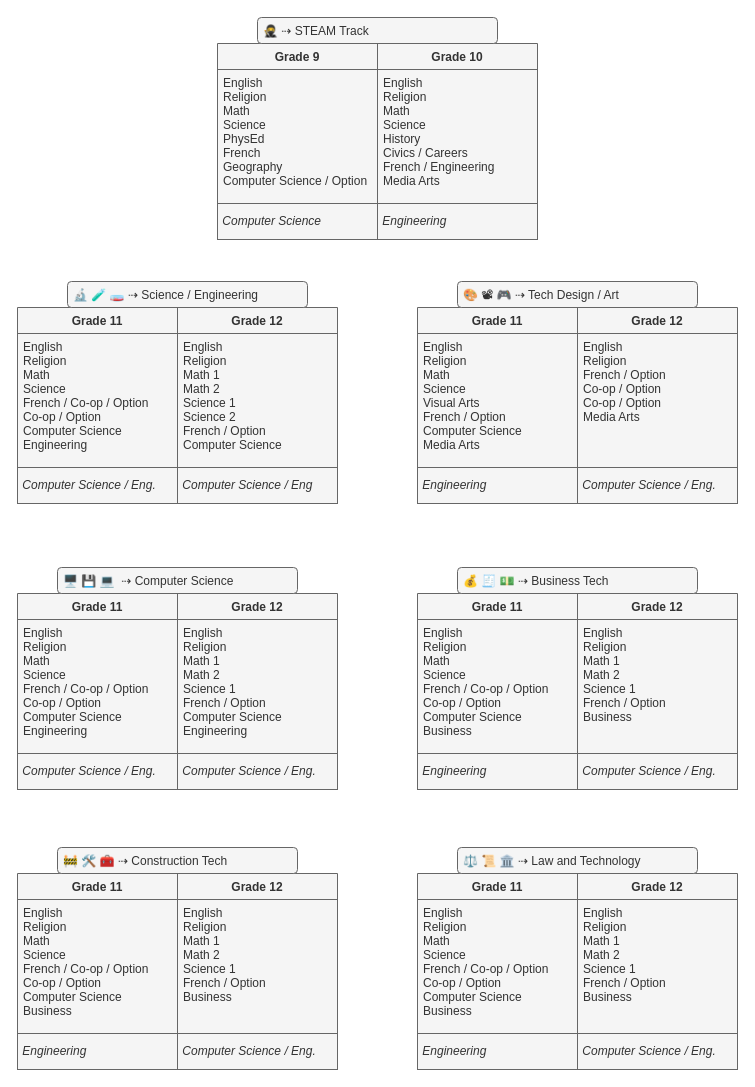
The draw.io diagram STEAM.drawio in Mr-Coxall/STEAM, before the edit. Source tidied: cells renumbered, new cells numbered last; positions are measured from the earlier drawing's top-left corner, leaving out a move shared by most shapes. Both pictures are drawn from the tidied source at 100%, with x=0, y=0 at pixel (17, 17).
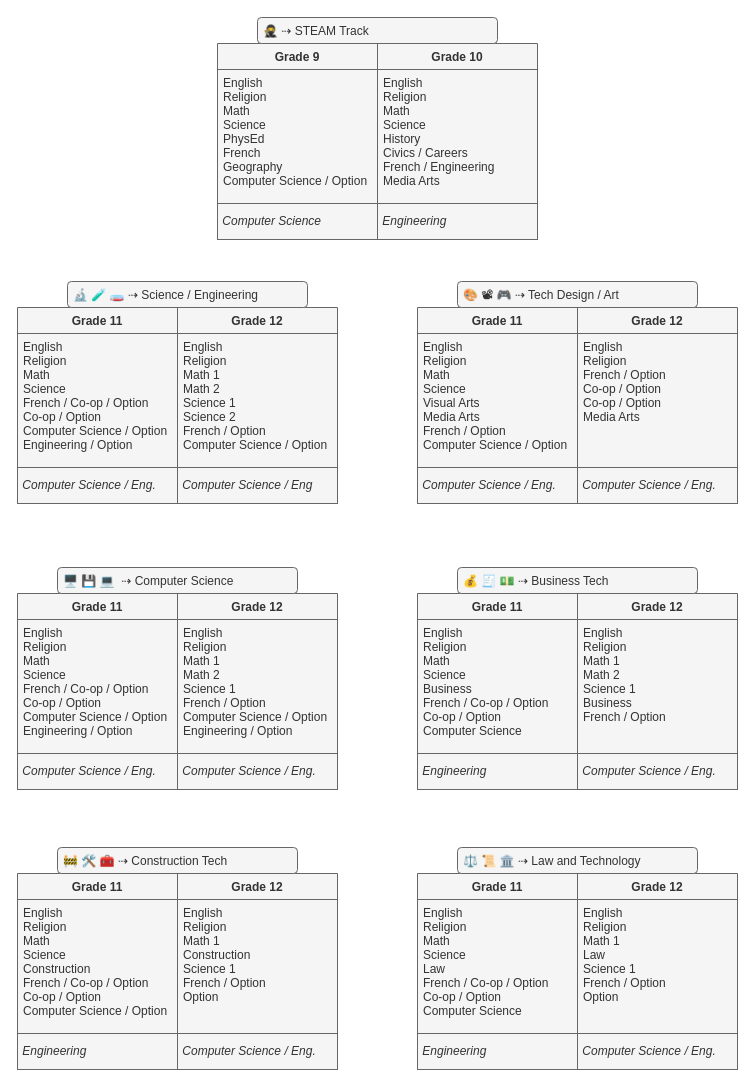
The same page after the edit.

Commit message (it also covers changes not shown here):
added construction and law

Unchanged cells that the change refers to:
```xml
<mxCell id="4" value="Grade 11" style="swimlane;fontStyle=1;align=center;verticalAlign=top;horizontal=1;startSize=26;fillColor=#f5f5f5;fontColor=#333333;strokeColor=#666666;" parent="1" vertex="1">
  <mxGeometry y="290" width="160" height="160" as="geometry" />
</mxCell>
<mxCell id="6" value="Grade 12" style="swimlane;fontStyle=1;align=center;verticalAlign=top;horizontal=1;startSize=26;fillColor=#f5f5f5;fontColor=#333333;strokeColor=#666666;" parent="1" vertex="1">
  <mxGeometry x="160" y="290" width="160" height="160" as="geometry" />
</mxCell>
<mxCell id="12" value="Grade 11" style="swimlane;fontStyle=1;align=center;verticalAlign=top;horizontal=1;startSize=26;fillColor=#f5f5f5;fontColor=#333333;strokeColor=#666666;" parent="1" vertex="1">
  <mxGeometry x="400" y="290" width="160" height="160" as="geometry" />
</mxCell>
<mxCell id="18" value="Grade 11" style="swimlane;fontStyle=1;align=center;verticalAlign=top;horizontal=1;startSize=26;fillColor=#f5f5f5;fontColor=#333333;strokeColor=#666666;" parent="1" vertex="1">
  <mxGeometry y="576" width="160" height="160" as="geometry" />
</mxCell>
<mxCell id="20" value="Grade 12" style="swimlane;fontStyle=1;align=center;verticalAlign=top;horizontal=1;startSize=26;fillColor=#f5f5f5;fontColor=#333333;strokeColor=#666666;" parent="1" vertex="1">
  <mxGeometry x="160" y="576" width="160" height="160" as="geometry" />
</mxCell>
<mxCell id="24" value="Grade 11" style="swimlane;fontStyle=1;align=center;verticalAlign=top;horizontal=1;startSize=26;fillColor=#f5f5f5;fontColor=#333333;strokeColor=#666666;" parent="1" vertex="1">
  <mxGeometry x="400" y="576" width="160" height="160" as="geometry" />
</mxCell>
<mxCell id="26" value="Grade 12" style="swimlane;fontStyle=1;align=center;verticalAlign=top;horizontal=1;startSize=26;fillColor=#f5f5f5;fontColor=#333333;strokeColor=#666666;" parent="1" vertex="1">
  <mxGeometry x="560" y="576" width="160" height="160" as="geometry" />
</mxCell>
<mxCell id="38" value="Grade 11" style="swimlane;fontStyle=1;align=center;verticalAlign=top;horizontal=1;startSize=26;fillColor=#f5f5f5;fontColor=#333333;strokeColor=#666666;" parent="1" vertex="1">
  <mxGeometry x="400" y="856" width="160" height="160" as="geometry" />
</mxCell>
<mxCell id="40" value="Grade 12" style="swimlane;fontStyle=1;align=center;verticalAlign=top;horizontal=1;startSize=26;fillColor=#f5f5f5;fontColor=#333333;strokeColor=#666666;" parent="1" vertex="1">
  <mxGeometry x="560" y="856" width="160" height="160" as="geometry" />
</mxCell>
<mxCell id="45" value="Grade 11" style="swimlane;fontStyle=1;align=center;verticalAlign=top;horizontal=1;startSize=26;fillColor=#f5f5f5;fontColor=#333333;strokeColor=#666666;" parent="1" vertex="1">
  <mxGeometry y="856" width="160" height="160" as="geometry" />
</mxCell>
<mxCell id="47" value="Grade 12" style="swimlane;fontStyle=1;align=center;verticalAlign=top;horizontal=1;startSize=26;fillColor=#f5f5f5;fontColor=#333333;strokeColor=#666666;" parent="1" vertex="1">
  <mxGeometry x="160" y="856" width="160" height="160" as="geometry" />
</mxCell>
```

The edit, as a diff of the source:
```diff
@@
-    <mxCell id="5" value="English&#10;Religion&#10;Math&#10;Science&#10;French / Co-op / Option&#10;Co-op / Option&#10;Computer Science&#10;Engineering" style="text;fillColor=#f5f5f5;align=left;verticalAlign=top;spacingLeft=4;spacingRight=4;overflow=hidden;points=[[0,0.5],[1,0.5]];portConstraint=eastwest;fontColor=#333333;strokeColor=#666666;" parent="4" vertex="1">
+    <mxCell id="5" value="English&#10;Religion&#10;Math&#10;Science&#10;French / Co-op / Option&#10;Co-op / Option&#10;Computer Science / Option&#10;Engineering / Option" style="text;fillColor=#f5f5f5;align=left;verticalAlign=top;spacingLeft=4;spacingRight=4;overflow=hidden;points=[[0,0.5],[1,0.5]];portConstraint=eastwest;fontColor=#333333;strokeColor=#666666;" parent="4" vertex="1">
       <mxGeometry y="26" width="160" height="134" as="geometry" />
     </mxCell>
@@
-    <mxCell id="7" value="English&#10;Religion&#10;Math 1&#10;Math 2&#10;Science 1&#10;Science 2&#10;French / Option&#10;Computer Science" style="text;fillColor=#f5f5f5;align=left;verticalAlign=top;spacingLeft=4;spacingRight=4;overflow=hidden;fontColor=#333333;strokeColor=#666666;" parent="6" vertex="1">
+    <mxCell id="7" value="English&#10;Religion&#10;Math 1&#10;Math 2&#10;Science 1&#10;Science 2&#10;French / Option&#10;Computer Science / Option" style="text;fillColor=#f5f5f5;align=left;verticalAlign=top;spacingLeft=4;spacingRight=4;overflow=hidden;fontColor=#333333;strokeColor=#666666;" parent="6" vertex="1">
       <mxGeometry y="26" width="160" height="134" as="geometry" />
     </mxCell>
@@
-    <mxCell id="13" value="English&#10;Religion&#10;Math&#10;Science&#10;Visual Arts&#10;French / Option&#10;Computer Science&#10;Media Arts" style="text;fillColor=#f5f5f5;align=left;verticalAlign=top;spacingLeft=4;spacingRight=4;overflow=hidden;fontColor=#333333;strokeColor=#666666;" parent="12" vertex="1">
+    <mxCell id="13" value="English&#10;Religion&#10;Math&#10;Science&#10;Visual Arts&#10;Media Arts&#10;French / Option&#10;Computer Science / Option" style="text;fillColor=#f5f5f5;align=left;verticalAlign=top;spacingLeft=4;spacingRight=4;overflow=hidden;fontColor=#333333;strokeColor=#666666;" parent="12" vertex="1">
       <mxGeometry y="26" width="160" height="134" as="geometry" />
     </mxCell>
@@
-    <mxCell id="16" value="&lt;i&gt;&amp;nbsp;Engineering&lt;/i&gt;" style="html=1;align=left;fillColor=#f5f5f5;fontColor=#333333;strokeColor=#666666;" parent="1" vertex="1">
+    <mxCell id="16" value="&lt;i&gt;&amp;nbsp;Computer Science / Eng.&lt;/i&gt;" style="html=1;align=left;fillColor=#f5f5f5;fontColor=#333333;strokeColor=#666666;" parent="1" vertex="1">
       <mxGeometry x="400" y="450" width="160" height="36" as="geometry" />
     </mxCell>
@@
-    <mxCell id="19" value="English&#10;Religion&#10;Math&#10;Science&#10;French / Co-op / Option&#10;Co-op / Option&#10;Computer Science&#10;Engineering" style="text;strokeColor=#666666;fillColor=#f5f5f5;align=left;verticalAlign=top;spacingLeft=4;spacingRight=4;overflow=hidden;fontColor=#333333;" parent="18" vertex="1">
+    <mxCell id="19" value="English&#10;Religion&#10;Math&#10;Science&#10;French / Co-op / Option&#10;Co-op / Option&#10;Computer Science / Option&#10;Engineering / Option" style="text;strokeColor=#666666;fillColor=#f5f5f5;align=left;verticalAlign=top;spacingLeft=4;spacingRight=4;overflow=hidden;fontColor=#333333;" parent="18" vertex="1">
       <mxGeometry y="26" width="160" height="134" as="geometry" />
     </mxCell>
@@
-    <mxCell id="21" value="English&#10;Religion&#10;Math 1&#10;Math 2&#10;Science 1&#10;French / Option&#10;Computer Science&#10;Engineering" style="text;strokeColor=#666666;fillColor=#f5f5f5;align=left;verticalAlign=top;spacingLeft=4;spacingRight=4;overflow=hidden;fontColor=#333333;" parent="20" vertex="1">
+    <mxCell id="21" value="English&#10;Religion&#10;Math 1&#10;Math 2&#10;Science 1&#10;French / Option&#10;Computer Science / Option&#10;Engineering / Option" style="text;strokeColor=#666666;fillColor=#f5f5f5;align=left;verticalAlign=top;spacingLeft=4;spacingRight=4;overflow=hidden;fontColor=#333333;" parent="20" vertex="1">
       <mxGeometry y="26" width="160" height="134" as="geometry" />
     </mxCell>
@@
-    <mxCell id="25" value="English&#10;Religion&#10;Math&#10;Science&#10;French / Co-op / Option&#10;Co-op / Option&#10;Computer Science&#10;Business" style="text;strokeColor=#666666;fillColor=#f5f5f5;align=left;verticalAlign=top;spacingLeft=4;spacingRight=4;overflow=hidden;fontColor=#333333;" parent="24" vertex="1">
+    <mxCell id="25" value="English&#10;Religion&#10;Math&#10;Science&#10;Business&#10;French / Co-op / Option&#10;Co-op / Option&#10;Computer Science" style="text;strokeColor=#666666;fillColor=#f5f5f5;align=left;verticalAlign=top;spacingLeft=4;spacingRight=4;overflow=hidden;fontColor=#333333;" parent="24" vertex="1">
       <mxGeometry y="26" width="160" height="134" as="geometry" />
     </mxCell>
@@
-    <mxCell id="27" value="English&#10;Religion&#10;Math 1&#10;Math 2&#10;Science 1&#10;French / Option&#10;Business" style="text;strokeColor=#666666;fillColor=#f5f5f5;align=left;verticalAlign=top;spacingLeft=4;spacingRight=4;overflow=hidden;fontColor=#333333;" parent="26" vertex="1">
+    <mxCell id="27" value="English&#10;Religion&#10;Math 1&#10;Math 2&#10;Science 1&#10;Business&#10;French / Option" style="text;strokeColor=#666666;fillColor=#f5f5f5;align=left;verticalAlign=top;spacingLeft=4;spacingRight=4;overflow=hidden;fontColor=#333333;" parent="26" vertex="1">
       <mxGeometry y="26" width="160" height="134" as="geometry" />
     </mxCell>
@@
-    <mxCell id="39" value="English&#10;Religion&#10;Math&#10;Science&#10;French / Co-op / Option&#10;Co-op / Option&#10;Computer Science&#10;Business" style="text;strokeColor=#666666;fillColor=#f5f5f5;align=left;verticalAlign=top;spacingLeft=4;spacingRight=4;overflow=hidden;fontColor=#333333;" parent="38" vertex="1">
+    <mxCell id="39" value="English&#10;Religion&#10;Math&#10;Science&#10;Law&#10;French / Co-op / Option&#10;Co-op / Option&#10;Computer Science" style="text;strokeColor=#666666;fillColor=#f5f5f5;align=left;verticalAlign=top;spacingLeft=4;spacingRight=4;overflow=hidden;fontColor=#333333;" parent="38" vertex="1">
       <mxGeometry y="26" width="160" height="134" as="geometry" />
     </mxCell>
@@
-    <mxCell id="41" value="English&#10;Religion&#10;Math 1&#10;Math 2&#10;Science 1&#10;French / Option&#10;Business" style="text;strokeColor=#666666;fillColor=#f5f5f5;align=left;verticalAlign=top;spacingLeft=4;spacingRight=4;overflow=hidden;fontColor=#333333;" parent="40" vertex="1">
+    <mxCell id="41" value="English&#10;Religion&#10;Math 1&#10;Law&#10;Science 1&#10;French / Option&#10;Option" style="text;strokeColor=#666666;fillColor=#f5f5f5;align=left;verticalAlign=top;spacingLeft=4;spacingRight=4;overflow=hidden;fontColor=#333333;" parent="40" vertex="1">
       <mxGeometry y="26" width="160" height="134" as="geometry" />
     </mxCell>
@@
-    <mxCell id="46" value="English&#10;Religion&#10;Math&#10;Science&#10;French / Co-op / Option&#10;Co-op / Option&#10;Computer Science&#10;Business" style="text;strokeColor=#666666;fillColor=#f5f5f5;align=left;verticalAlign=top;spacingLeft=4;spacingRight=4;overflow=hidden;fontColor=#333333;" parent="45" vertex="1">
+    <mxCell id="46" value="English&#10;Religion&#10;Math&#10;Science&#10;Construction&#10;French / Co-op / Option&#10;Co-op / Option&#10;Computer Science / Option" style="text;strokeColor=#666666;fillColor=#f5f5f5;align=left;verticalAlign=top;spacingLeft=4;spacingRight=4;overflow=hidden;fontColor=#333333;" parent="45" vertex="1">
       <mxGeometry y="26" width="160" height="134" as="geometry" />
     </mxCell>
@@
-    <mxCell id="48" value="English&#10;Religion&#10;Math 1&#10;Math 2&#10;Science 1&#10;French / Option&#10;Business" style="text;strokeColor=#666666;fillColor=#f5f5f5;align=left;verticalAlign=top;spacingLeft=4;spacingRight=4;overflow=hidden;fontColor=#333333;" parent="47" vertex="1">
+    <mxCell id="48" value="English&#10;Religion&#10;Math 1&#10;Construction&#10;Science 1&#10;French / Option&#10;Option" style="text;strokeColor=#666666;fillColor=#f5f5f5;align=left;verticalAlign=top;spacingLeft=4;spacingRight=4;overflow=hidden;fontColor=#333333;" parent="47" vertex="1">
       <mxGeometry y="26" width="160" height="134" as="geometry" />
     </mxCell>
```
